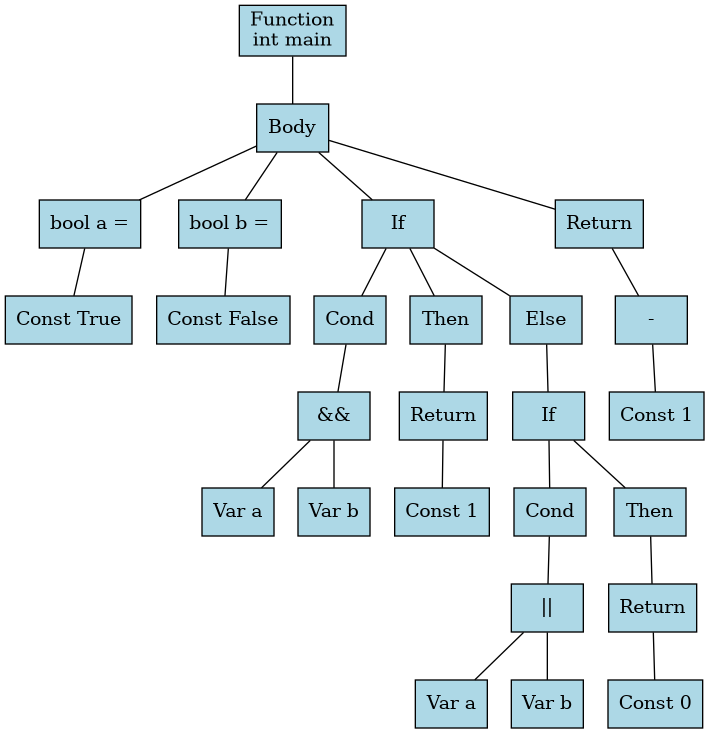
Above: ast.png in MiguelCano-ia/mini-c-plusplus (Graphviz), before the change. Its source is kept beside it as ast.dot. The source it was exported from:
```dot
digraph ast {
	node [fillcolor=lightblue font=bold fontcolor=black shape=box style=filled]
	edge [arrowhead=none color=black]
	n1 [label="Function
int main"]
	n1 -> n3
	n3 [label=Body]
	n4 [label="bool a ="]
	n5 [label="Const True"]
	n4 -> n5
	n3 -> n4
	n6 [label="bool b ="]
	n7 [label="Const False"]
	n6 -> n7
	n3 -> n6
	n8 [label=If]
	n9 [label=Cond]
	n10 [label="&&"]
	n11 [label="Var a"]
	n12 [label="Var b"]
	n10 -> n11
	n10 -> n12
	n9 -> n10
	n8 -> n9
	n13 [label=Then]
	n14 [label=Return]
	n15 [label="Const 1"]
	n14 -> n15
	n13 -> n14
	n8 -> n13
	n16 [label=Else]
	n17 [label=If]
	n18 [label=Cond]
	n19 [label="||"]
	n20 [label="Var a"]
	n21 [label="Var b"]
	n19 -> n20
	n19 -> n21
	n18 -> n19
	n17 -> n18
	n22 [label=Then]
	n23 [label=Return]
	n24 [label="Const 0"]
	n23 -> n24
	n22 -> n23
	n17 -> n22
	n16 -> n17
	n8 -> n16
	n3 -> n8
	n25 [label=Return]
	n26 [label="-"]
	n27 [label="Const 1"]
	n26 -> n27
	n25 -> n26
	n3 -> n25
}
```
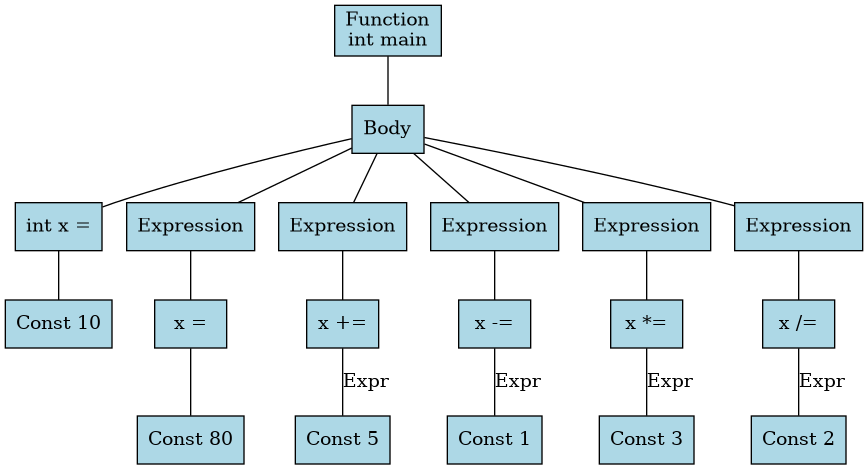
Later version of the same file.

Diff of the diagram source:
```diff
@@ -5,52 +5,38 @@
 int main"]
 	n1 -> n3
 	n3 [label=Body]
-	n4 [label="bool a ="]
-	n5 [label="Const True"]
+	n4 [label="int x ="]
+	n5 [label="Const 10"]
 	n4 -> n5
 	n3 -> n4
-	n6 [label="bool b ="]
-	n7 [label="Const False"]
+	n6 [label=Expression]
+	n7 [label="x ="]
+	n8 [label="Const 80"]
+	n7 -> n8
 	n6 -> n7
 	n3 -> n6
-	n8 [label=If]
-	n9 [label=Cond]
-	n10 [label="&&"]
-	n11 [label="Var a"]
-	n12 [label="Var b"]
-	n10 -> n11
-	n10 -> n12
+	n9 [label=Expression]
+	n10 [label="x +="]
+	n11 [label="Const 5"]
+	n10 -> n11 [label=Expr]
 	n9 -> n10
-	n8 -> n9
-	n13 [label=Then]
-	n14 [label=Return]
-	n15 [label="Const 1"]
-	n14 -> n15
-	n13 -> n14
-	n8 -> n13
-	n16 [label=Else]
-	n17 [label=If]
-	n18 [label=Cond]
-	n19 [label="||"]
-	n20 [label="Var a"]
-	n21 [label="Var b"]
-	n19 -> n20
-	n19 -> n21
+	n3 -> n9
+	n12 [label=Expression]
+	n13 [label="x -="]
+	n14 [label="Const 1"]
+	n13 -> n14 [label=Expr]
+	n12 -> n13
+	n3 -> n12
+	n15 [label=Expression]
+	n16 [label="x *="]
+	n17 [label="Const 3"]
+	n16 -> n17 [label=Expr]
+	n15 -> n16
+	n3 -> n15
+	n18 [label=Expression]
+	n19 [label="x /="]
+	n20 [label="Const 2"]
+	n19 -> n20 [label=Expr]
 	n18 -> n19
-	n17 -> n18
-	n22 [label=Then]
-	n23 [label=Return]
-	n24 [label="Const 0"]
-	n23 -> n24
-	n22 -> n23
-	n17 -> n22
-	n16 -> n17
-	n8 -> n16
-	n3 -> n8
-	n25 [label=Return]
-	n26 [label="-"]
-	n27 [label="Const 1"]
-	n26 -> n27
-	n25 -> n26
-	n3 -> n25
+	n3 -> n18
 }
```
